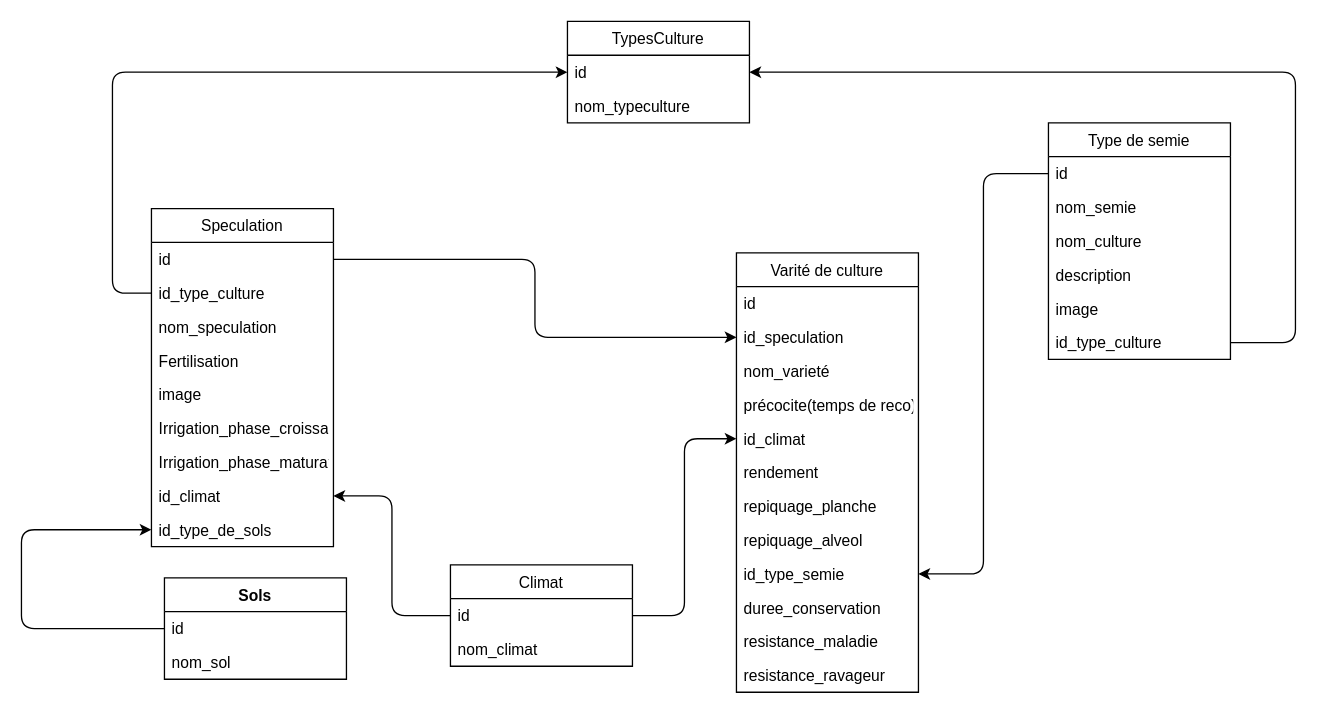
This is page "musa" (4 of 4) of resources/Modeling/database.drawio from ollaidpn/KilimoWeb-senagri, a draw.io file, before an edit. Source tidied: cells renumbered, new cells numbered last; positions are measured from the earlier drawing's top-left corner, leaving out a move shared by most shapes. Both pictures are drawn from the tidied source at 130%, with x=0, y=0 at pixel (-226, 21).
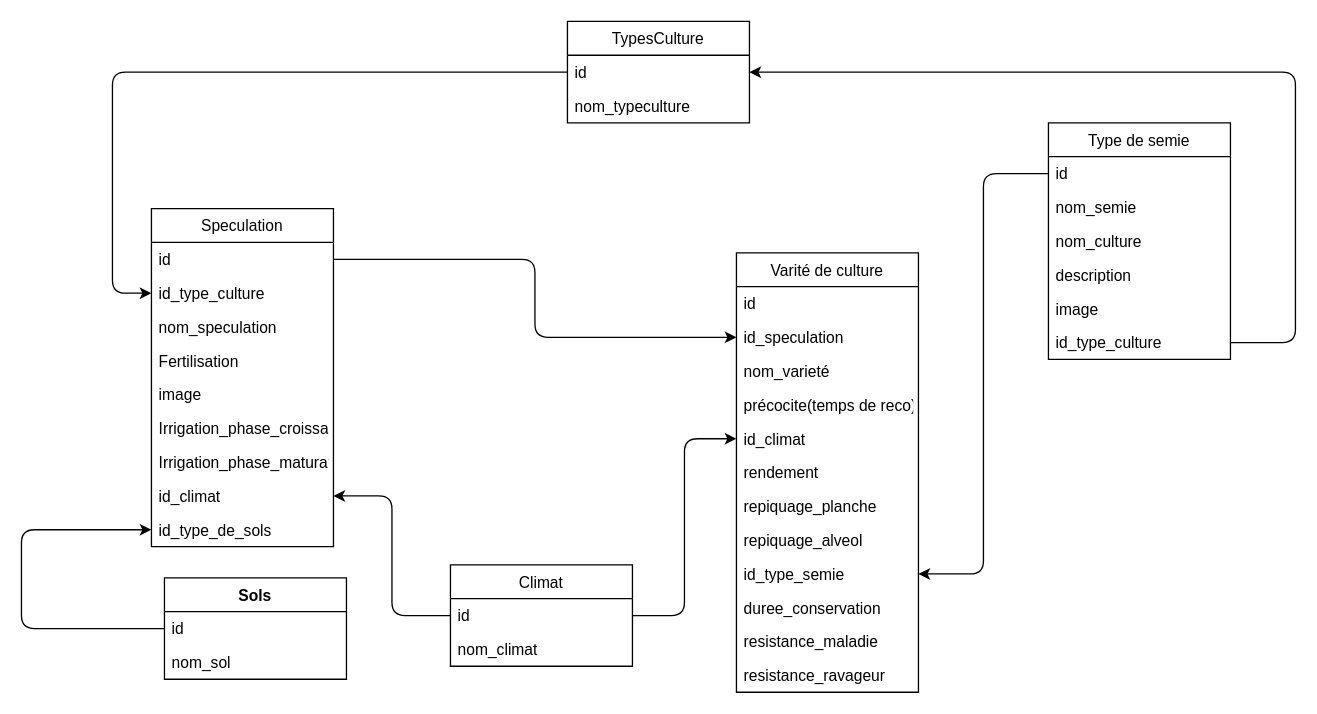
The same diagram, later.

Unchanged cells that the change refers to:
```xml
<mxCell id="16" value="id" style="text;strokeColor=none;fillColor=none;align=left;verticalAlign=top;spacingLeft=4;spacingRight=4;overflow=hidden;points=[[0,0.5],[1,0.5]];portConstraint=eastwest;" parent="15" vertex="1">
  <mxGeometry y="26" width="140" height="26" as="geometry" />
</mxCell>
<mxCell id="21" value="id_type_culture" style="text;strokeColor=none;fillColor=none;align=left;verticalAlign=top;spacingLeft=4;spacingRight=4;overflow=hidden;points=[[0,0.5],[1,0.5]];portConstraint=eastwest;" parent="19" vertex="1">
  <mxGeometry y="52" width="140" height="26" as="geometry" />
</mxCell>
```

The edit, as a diff of the source:
```diff
@@
-    <mxCell id="18" style="edgeStyle=elbowEdgeStyle;elbow=horizontal;endArrow=classic;html=1;entryX=0;entryY=0.5;entryDx=0;entryDy=0;exitX=0;exitY=0.5;exitDx=0;exitDy=0;" parent="1" edge="1" source="21" target="16">
+    <mxCell id="18" style="edgeStyle=elbowEdgeStyle;elbow=horizontal;endArrow=classic;html=1;exitX=0;exitY=0.5;exitDx=0;exitDy=0;entryX=0;entryY=0.5;entryDx=0;entryDy=0;" parent="1" edge="1" source="16" target="21">
       <mxGeometry relative="1" as="geometry">
         <Array as="points">
           <mxPoint x="260" y="78" />
         </Array>
       </mxGeometry>
     </mxCell>
```
